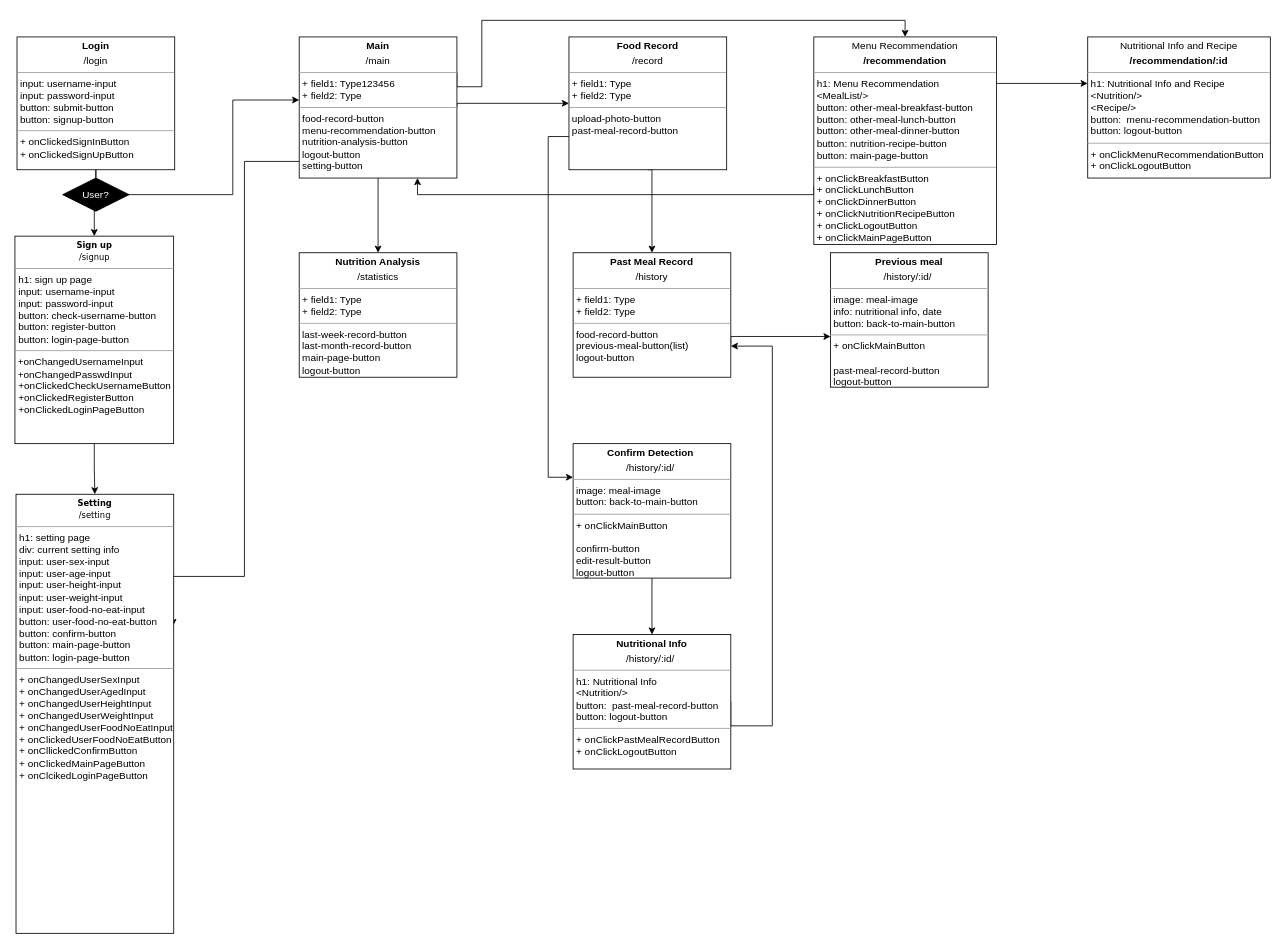
swsnu/swpp2021-team5 keeps this draw.io diagram as Untitled Diagram.drawio. Above is the earlier version. Source tidied: cells renumbered, new cells numbered last; positions are measured from the earlier drawing's top-left corner, leaving out a move shared by most shapes. Both pictures are drawn from the tidied source at 83%, with x=0, y=0 at pixel (15, 20).
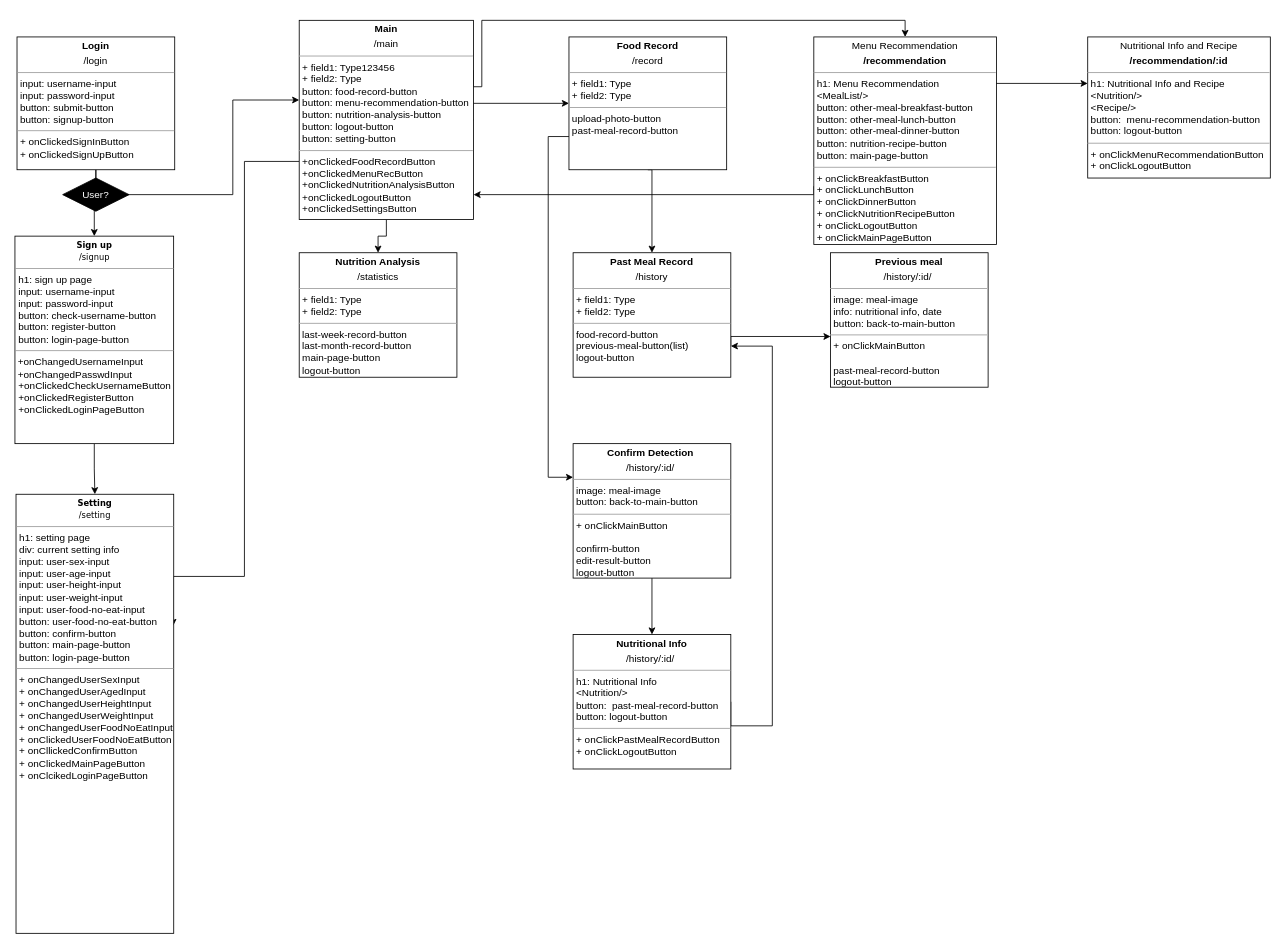
The same diagram, later.

The edit, as a diff of the source:
```diff
@@
-    <mxCell id="4" style="edgeStyle=orthogonalEdgeStyle;rounded=0;jettySize=auto;html=1;exitX=0.25;exitY=1;exitDx=0;exitDy=0;entryX=0.75;entryY=1;entryDx=0;entryDy=0;fontColor=#FFFFFF;" parent="1" edge="1" target="9">
+    <mxCell id="4" style="edgeStyle=orthogonalEdgeStyle;rounded=0;jettySize=auto;html=1;exitX=0.25;exitY=1;exitDx=0;exitDy=0;fontColor=#FFFFFF;entryX=1;entryY=0.875;entryDx=0;entryDy=0;entryPerimeter=0;" parent="1" edge="1" target="9">
       <mxGeometry relative="1" as="geometry">
         <mxPoint x="1029.5" y="200" as="sourcePoint" />
         <Array as="points">
           <mxPoint x="962" y="200" />
           <mxPoint x="962" y="210" />
-          <mxPoint x="484" y="210" />
         </Array>
       </mxGeometry>
     </mxCell>
@@
-    <mxCell id="9" value="&lt;p style=&quot;margin: 0px ; margin-top: 4px ; text-align: center&quot;&gt;&lt;b&gt;Main&lt;/b&gt;&lt;/p&gt;&lt;p style=&quot;margin: 0px ; margin-top: 4px ; text-align: center&quot;&gt;/main&lt;/p&gt;&lt;hr size=&quot;1&quot;&gt;&lt;p style=&quot;margin: 0px ; margin-left: 4px&quot;&gt;+ field1: Type123456&lt;br&gt;+ field2: Type&lt;/p&gt;&lt;hr size=&quot;1&quot;&gt;&lt;p style=&quot;margin: 0px ; margin-left: 4px&quot;&gt;food-record-button&lt;/p&gt;&lt;p style=&quot;margin: 0px ; margin-left: 4px&quot;&gt;menu-recommendation-button&lt;/p&gt;&lt;p style=&quot;margin: 0px ; margin-left: 4px&quot;&gt;nutrition-analysis-button&lt;/p&gt;&lt;p style=&quot;margin: 0px ; margin-left: 4px&quot;&gt;logout-button&lt;/p&gt;&lt;p style=&quot;margin: 0px ; margin-left: 4px&quot;&gt;setting-button&lt;/p&gt;" style="verticalAlign=top;align=left;overflow=fill;fontSize=12;fontFamily=Helvetica;html=1;rounded=0;shadow=0;comic=0;labelBackgroundColor=none;strokeWidth=1;" parent="1" vertex="1">
-      <mxGeometry x="342" y="20" width="190" height="170" as="geometry" />
+    <mxCell id="9" value="&lt;p style=&quot;margin: 0px ; margin-top: 4px ; text-align: center&quot;&gt;&lt;b&gt;Main&lt;/b&gt;&lt;/p&gt;&lt;p style=&quot;margin: 0px ; margin-top: 4px ; text-align: center&quot;&gt;/main&lt;/p&gt;&lt;hr size=&quot;1&quot;&gt;&lt;p style=&quot;margin: 0px ; margin-left: 4px&quot;&gt;+ field1: Type123456&lt;br&gt;+ field2: Type&lt;/p&gt;&lt;p style=&quot;margin: 0px 0px 0px 4px&quot;&gt;button: food-record-button&lt;/p&gt;&lt;p style=&quot;margin: 0px 0px 0px 4px&quot;&gt;button: menu-recommendation-button&lt;/p&gt;&lt;p style=&quot;margin: 0px 0px 0px 4px&quot;&gt;button: nutrition-analysis-button&lt;/p&gt;&lt;p style=&quot;margin: 0px 0px 0px 4px&quot;&gt;button: logout-button&lt;/p&gt;&lt;p style=&quot;margin: 0px 0px 0px 4px&quot;&gt;button: setting-button&lt;/p&gt;&lt;hr size=&quot;1&quot;&gt;&lt;p style=&quot;margin: 0px ; margin-left: 4px&quot;&gt;+onClickedFoodRecordButton&lt;/p&gt;&lt;p style=&quot;margin: 0px ; margin-left: 4px&quot;&gt;+onClickedMenuRecButton&lt;/p&gt;&lt;p style=&quot;margin: 0px ; margin-left: 4px&quot;&gt;+onClickedNutritionAnalysisButton&lt;/p&gt;&lt;p style=&quot;margin: 0px ; margin-left: 4px&quot;&gt;+onClickedLogoutButton&lt;/p&gt;&lt;p style=&quot;margin: 0px ; margin-left: 4px&quot;&gt;+onClickedSettingsButton&lt;/p&gt;" style="verticalAlign=top;align=left;overflow=fill;fontSize=12;fontFamily=Helvetica;html=1;rounded=0;shadow=0;comic=0;labelBackgroundColor=none;strokeWidth=1;" parent="1" vertex="1">
+      <mxGeometry x="342" width="210" height="240" as="geometry" />
     </mxCell>
```
